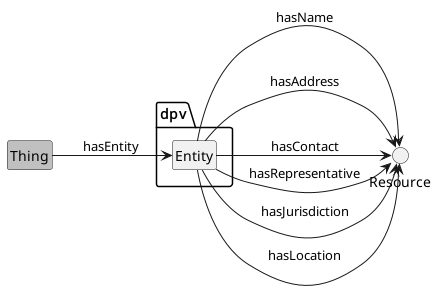
This is media/Entities_description.png from jeswr/dpv, a PlantUML export, as it was before one commit.
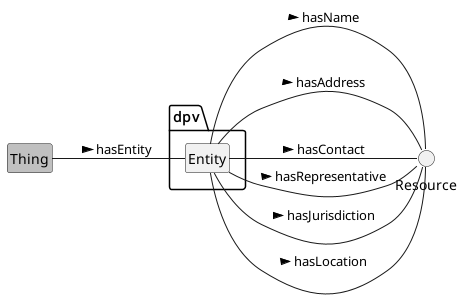
After the change.

Change to the diagram source:
```diff
@@ -8,12 +8,12 @@
 	class Entity
 }
 
-Thing --> Entity: hasEntity
-Entity --> Resource : hasName
-Entity --> Resource : hasAddress
-Entity --> Resource : hasContact
-Entity --> Resource : hasRepresentative
-Entity --> Resource : hasJurisdiction
-Entity --> Resource : hasLocation
+Thing -- Entity: hasEntity >
+Entity -- Resource : hasName >
+Entity -- Resource : hasAddress >
+Entity -- Resource : hasContact >
+Entity -- Resource : hasRepresentative >
+Entity -- Resource : hasJurisdiction >
+Entity -- Resource : hasLocation >
 
 @enduml
```
